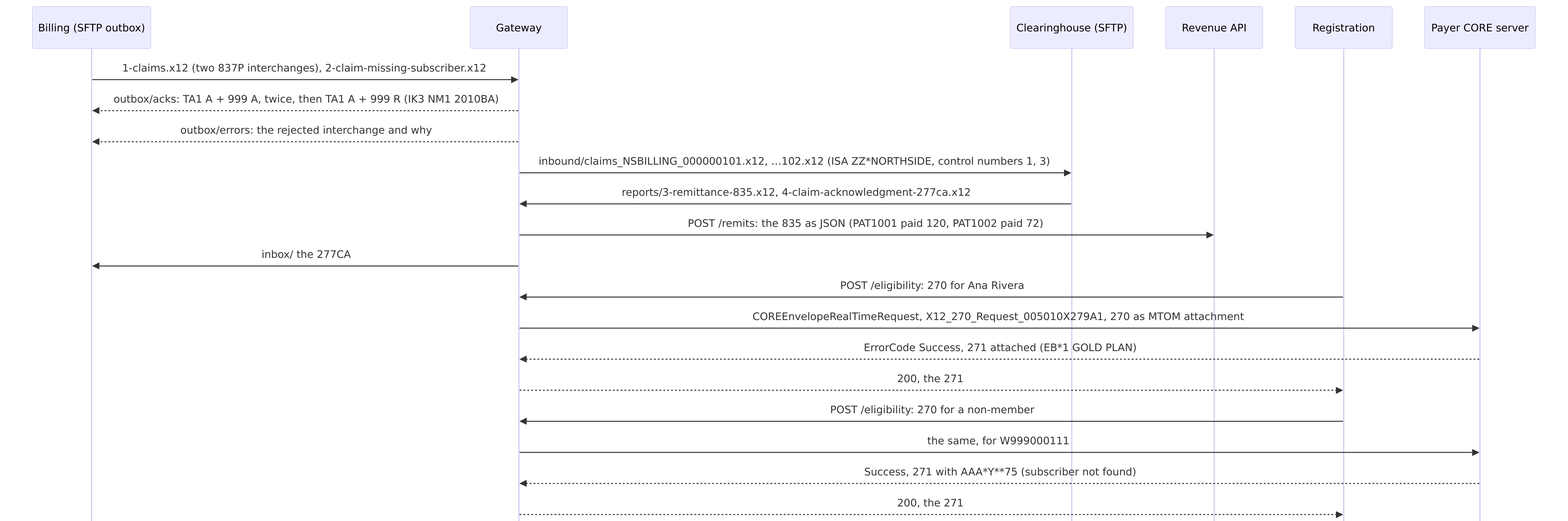
Before: 15-claims-remits-eligibility/diagrams/sequence.png, a diagram exported from Mermaid (lambogenius/hl7-edge-gateway-examples). Its source is kept beside it as 15-claims-remits-eligibility/diagrams/sequence.mmd. The source it was exported from:
```mermaid
sequenceDiagram
  participant B as Billing (SFTP outbox)
  participant G as Gateway
  participant C as Clearinghouse (SFTP)
  participant V as Revenue API
  participant R as Registration
  participant P as Payer CORE server
  B->>G: 1-claims.x12 (two 837P interchanges), 2-claim-missing-subscriber.x12
  G-->>B: outbox/acks: TA1 A + 999 A, twice, then TA1 A + 999 R (IK3 NM1 2010BA)
  G-->>B: outbox/errors: the rejected interchange and why
  G->>C: inbound/claims_NSBILLING_000000101.x12, …102.x12 (ISA ZZ*NORTHSIDE, control numbers 1, 3)
  C->>G: reports/3-remittance-835.x12, 4-claim-acknowledgment-277ca.x12
  G->>V: POST /remits: the 835 as JSON (PAT1001 paid 120, PAT1002 paid 72)
  G->>B: inbox/ the 277CA
  R->>G: POST /eligibility: 270 for Ana Rivera
  G->>P: COREEnvelopeRealTimeRequest, X12_270_Request_005010X279A1, 270 as MTOM attachment
  P-->>G: ErrorCode Success, 271 attached (EB*1 GOLD PLAN)
  G-->>R: 200, the 271
  R->>G: POST /eligibility: 270 for a non-member
  G->>P: the same, for W999000111
  P-->>G: Success, 271 with AAA*Y**75 (subscriber not found)
  G-->>R: 200, the 271
```
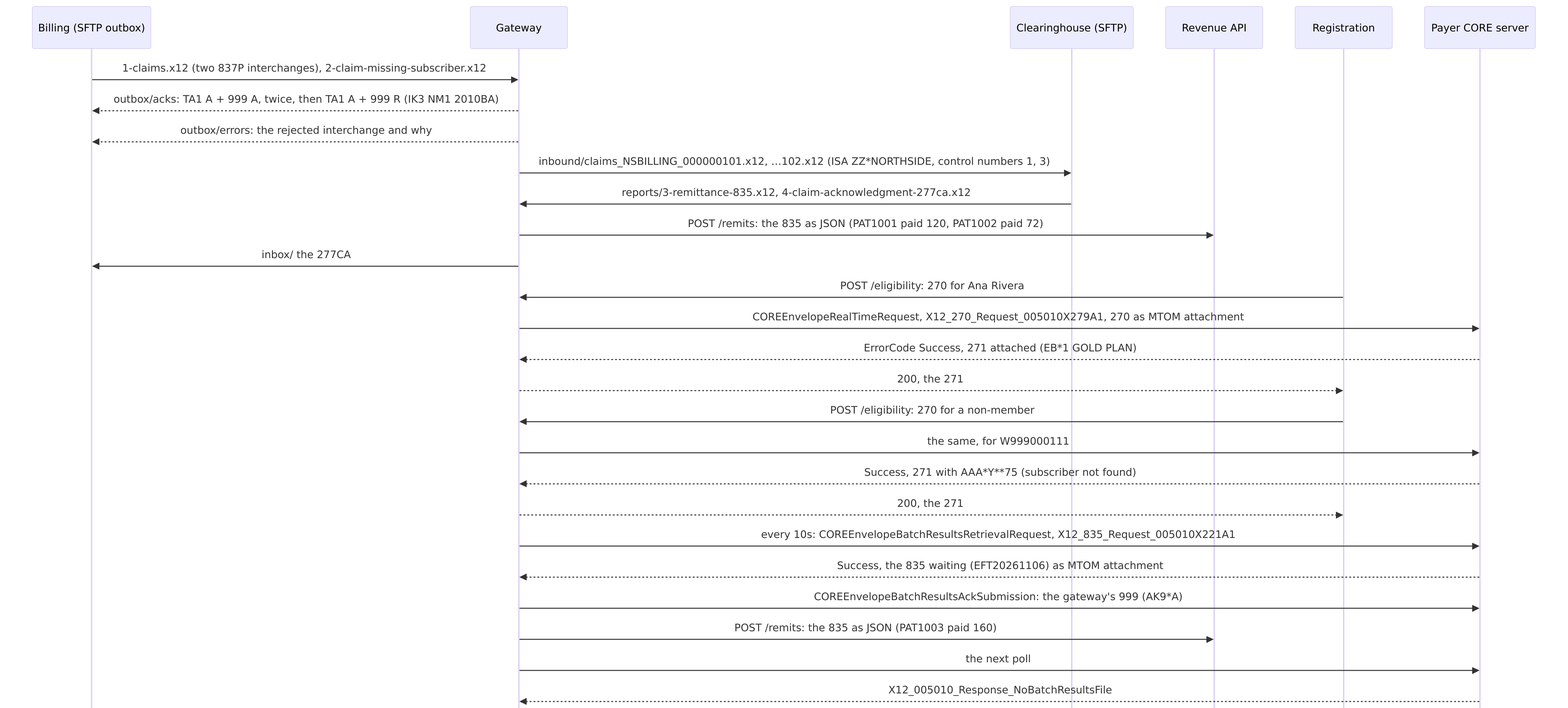
Above is the later version.

Diff of the diagram source:
```diff
@@ -20,3 +20,9 @@
   G->>P: the same, for W999000111
   P-->>G: Success, 271 with AAA*Y**75 (subscriber not found)
   G-->>R: 200, the 271
+  G->>P: every 10s: COREEnvelopeBatchResultsRetrievalRequest, X12_835_Request_005010X221A1
+  P-->>G: Success, the 835 waiting (EFT20261106) as MTOM attachment
+  G->>P: COREEnvelopeBatchResultsAckSubmission: the gateway's 999 (AK9*A)
+  G->>V: POST /remits: the 835 as JSON (PAT1003 paid 160)
+  G->>P: the next poll
+  P-->>G: X12_005010_Response_NoBatchResultsFile
```
